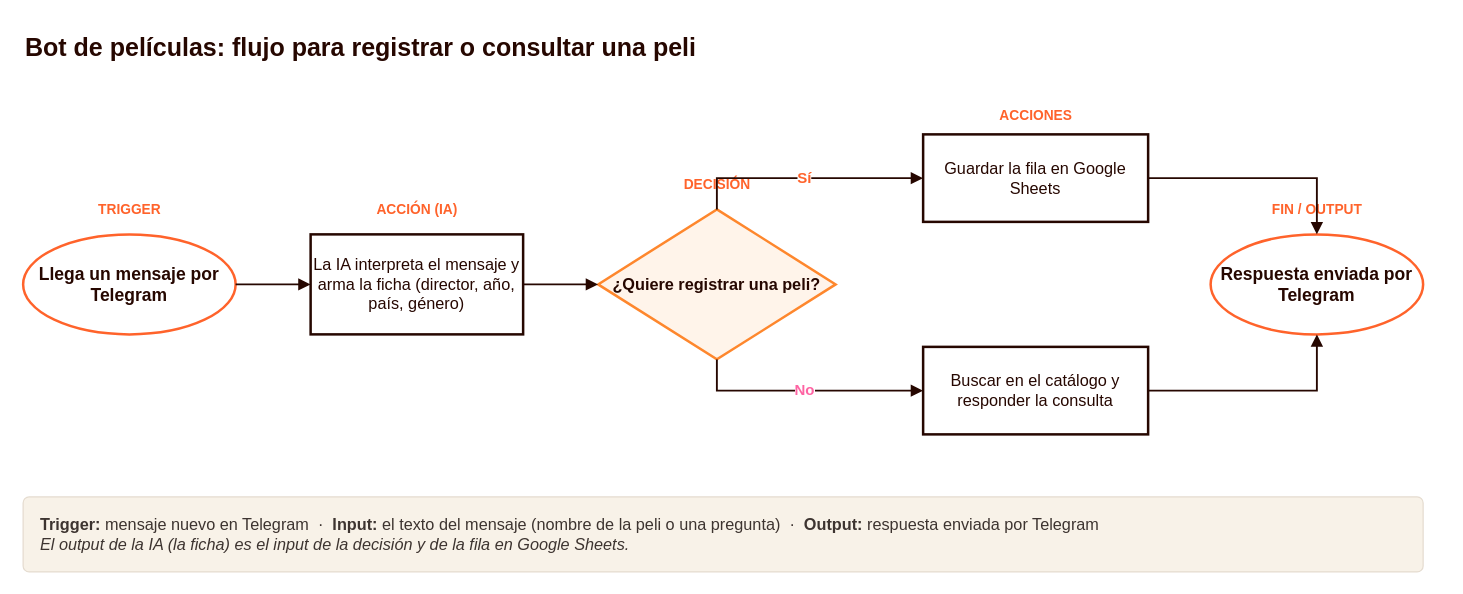
Above: Clase 1/diagrama-bot-peliculas.drawio in Arturogrottoli/ia-automation (draw.io), before the change. Source tidied: cells renumbered, new cells numbered last; positions are measured from the earlier drawing's top-left corner, leaving out a move shared by most shapes. Both pictures are drawn from the tidied source at 125%, with x=0, y=0 at pixel (22, 21).
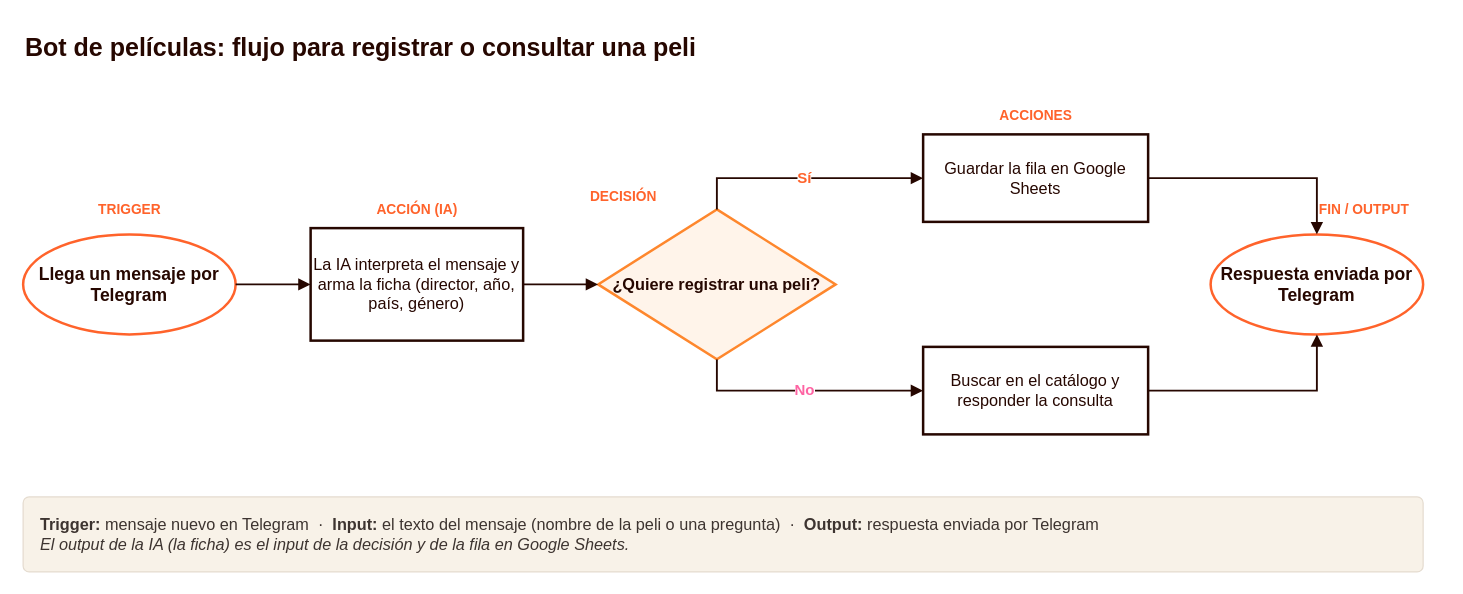
The same diagram, later.

Diff of the diagram source:
```diff
@@
     <mxCell id="5" value="DECISIÓN" style="text;html=1;fontSize=11;fontStyle=1;fontColor=#FF632B;align=center;verticalAlign=middle;" parent="1" vertex="1">
-      <mxGeometry x="460" y="120" width="190" height="20" as="geometry" />
+      <mxGeometry x="415" y="130" width="130" height="20" as="geometry" />
     </mxCell>
@@
-    <mxCell id="7" value="FIN / OUTPUT" style="text;html=1;fontSize=11;fontStyle=1;fontColor=#FF632B;align=center;verticalAlign=middle;" parent="1" vertex="1">
-      <mxGeometry x="950" y="140" width="170" height="20" as="geometry" />
+    <mxCell id="7" value="FIN / OUTPUT" style="text;html=1;fontSize=11;fontStyle=1;fontColor=#FF632B;align=left;verticalAlign=middle;" parent="1" vertex="1">
+      <mxGeometry x="1035" y="140" width="100" height="20" as="geometry" />
     </mxCell>
@@
     <mxCell id="9" value="La IA interpreta el mensaje y arma la ficha (director, año, país, género)" style="rounded=0;whiteSpace=wrap;html=1;fillColor=#FFFFFF;strokeColor=#260700;strokeWidth=2;fontColor=#260700;fontSize=13;" parent="1" vertex="1">
-      <mxGeometry x="230" y="170" width="170" height="80" as="geometry" />
+      <mxGeometry x="230" y="165" width="170" height="90" as="geometry" />
     </mxCell>
```
